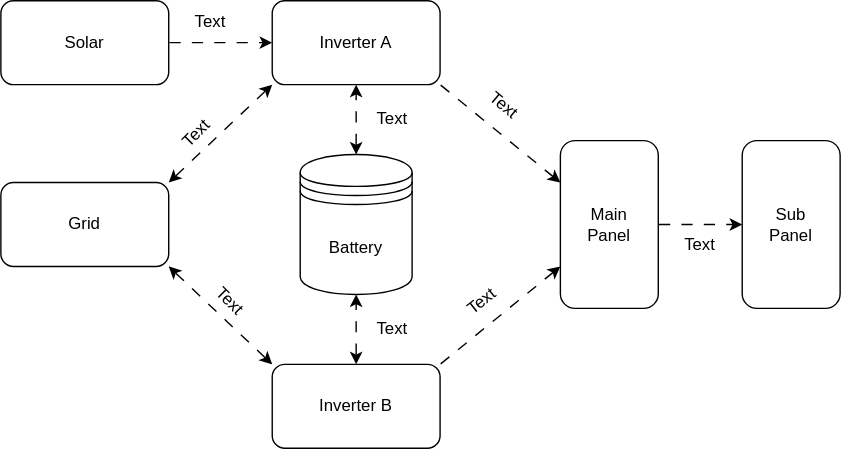
Earlier version of the draw.io export Inverter System.drawio.svg (mattster98/grafana-flow). Source tidied: cells renumbered, new cells last; positions are measured from the earlier drawing's top-left corner, leaving out a move shared by most shapes.
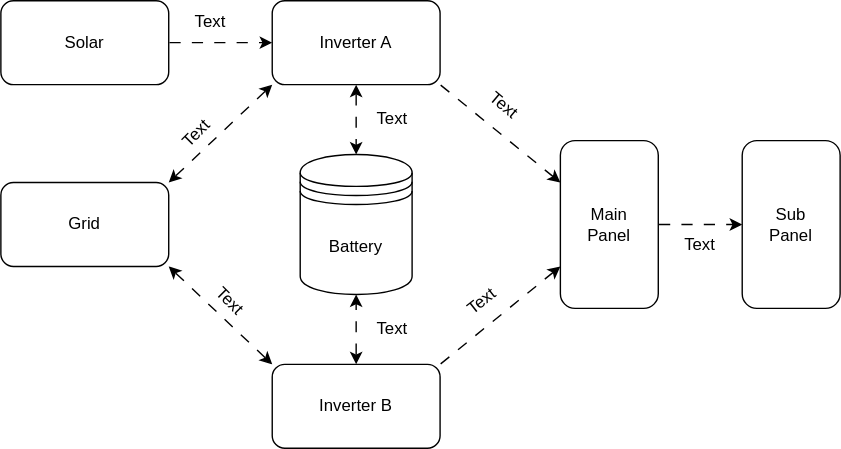
Later version of the same file.

Commit message:
Fixed arrow directions

What changed in the source:
```diff
@@ -20,13 +20,13 @@
     <mxCell id="7" style="endArrow=classic;html=1;rounded=0;entryX=0;entryY=0.5;entryDx=0;entryDy=0;exitX=1;exitY=0.5;exitDx=0;exitDy=0;flowAnimation=1;" parent="1" edge="1" source="2" target="3">
       <mxGeometry relative="1" as="geometry" />
     </mxCell>
-    <mxCell id="8" style="endArrow=classic;startArrow=classic;html=1;rounded=0;entryX=0.5;entryY=1;entryDx=0;entryDy=0;exitX=0.5;exitY=0;exitDx=0;exitDy=0;flowAnimation=1;" parent="1" edge="1" source="5" target="3">
+    <mxCell id="8" style="endArrow=classic;startArrow=classic;html=1;rounded=0;exitX=0.5;exitY=1;exitDx=0;exitDy=0;flowAnimation=1;entryX=0.5;entryY=0;entryDx=0;entryDy=0;" parent="1" edge="1" source="3" target="5">
       <mxGeometry relative="1" as="geometry" />
     </mxCell>
     <mxCell id="9" style="endArrow=classic;startArrow=classic;html=1;rounded=0;entryX=0.5;entryY=1;entryDx=0;entryDy=0;exitX=0.5;exitY=0;exitDx=0;exitDy=0;flowAnimation=1;" parent="1" edge="1" source="4" target="5">
       <mxGeometry relative="1" as="geometry" />
     </mxCell>
-    <mxCell id="10" style="endArrow=classic;startArrow=classic;html=1;rounded=0;entryX=0;entryY=1;entryDx=0;entryDy=0;exitX=1;exitY=0;exitDx=0;exitDy=0;flowAnimation=1;" parent="1" edge="1" source="6" target="3">
+    <mxCell id="10" style="endArrow=classic;startArrow=classic;html=1;rounded=0;exitX=0;exitY=1;exitDx=0;exitDy=0;flowAnimation=1;entryX=1;entryY=0;entryDx=0;entryDy=0;" parent="1" edge="1" source="3" target="6">
       <mxGeometry relative="1" as="geometry" />
     </mxCell>
     <mxCell id="11" style="endArrow=classic;startArrow=classic;html=1;rounded=0;entryX=1;entryY=1;entryDx=0;entryDy=0;exitX=0;exitY=0;exitDx=0;exitDy=0;flowAnimation=1;" parent="1" edge="1" source="4" target="6">
```
